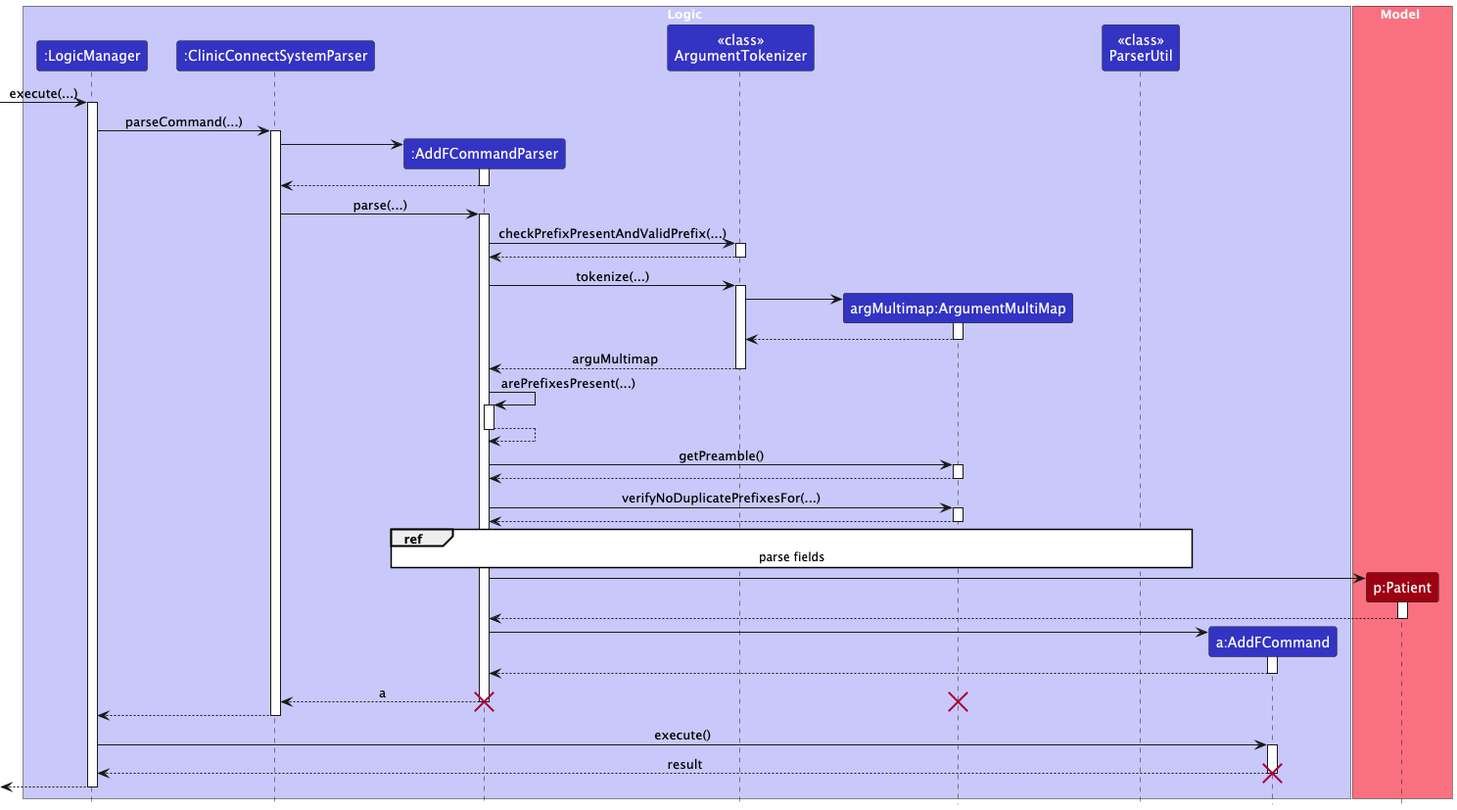
Earlier version of the PlantUML export docs/images/AddFSequenceDiagram.png (nus-cs2103-AY2425S1/tp). Source of this version:
```plantuml
@startuml
!include style.puml
skinparam ArrowFontStyle plain

box Logic LOGIC_COLOR_T1
participant ":LogicManager" as LogicManager LOGIC_COLOR
participant ":ClinicConnectSystemParser" as ClinicConnectSystemParser LOGIC_COLOR
participant ":AddFCommandParser" as AddFCommandParser LOGIC_COLOR
participant "<<class>>\nArgumentTokenizer" as ArgumentTokenizer LOGIC_COLOR
participant "argMultimap:ArgumentMultiMap" as ArgumentMultiMap LOGIC_COLOR
participant "<<class>>\nParserUtil" as ParserUtil LOGIC_COLOR
participant "a:AddFCommand" as AddFCommand LOGIC_COLOR
end box

box Model MODEL_COLOR_T1
participant "p:Patient" as Patient MODEL_COLOR
end box
[-> LogicManager : execute(...)
activate LogicManager

LogicManager -> ClinicConnectSystemParser : parseCommand(...)
activate ClinicConnectSystemParser

create AddFCommandParser
ClinicConnectSystemParser -> AddFCommandParser
activate AddFCommandParser

AddFCommandParser --> ClinicConnectSystemParser
deactivate AddFCommandParser

ClinicConnectSystemParser -> AddFCommandParser : parse(...)
activate AddFCommandParser

AddFCommandParser -> ArgumentTokenizer : checkPrefixPresentAndValidPrefix(...)
activate ArgumentTokenizer

ArgumentTokenizer --> AddFCommandParser
deactivate ArgumentTokenizer

AddFCommandParser -> ArgumentTokenizer : tokenize(...)
activate ArgumentTokenizer

create ArgumentMultiMap
ArgumentTokenizer -> ArgumentMultiMap
activate ArgumentMultiMap

ArgumentMultiMap --> ArgumentTokenizer
deactivate ArgumentMultiMap

ArgumentTokenizer --> AddFCommandParser : arguMultimap
deactivate ArgumentTokenizer

AddFCommandParser -> AddFCommandParser : arePrefixesPresent(...)
activate AddFCommandParser

AddFCommandParser --> AddFCommandParser
deactivate AddFCommandParser

AddFCommandParser -> ArgumentMultiMap : getPreamble()
activate ArgumentMultiMap

ArgumentMultiMap --> AddFCommandParser
deactivate ArgumentMultiMap

AddFCommandParser -> ArgumentMultiMap : verifyNoDuplicatePrefixesFor(...)
activate ArgumentMultiMap

ArgumentMultiMap --> AddFCommandParser
deactivate ArgumentMultiMap

<style>
Reference {
  BackgroundColor White
}
</style>
ref over AddFCommandParser, ParserUtil : parse fields

create Patient
AddFCommandParser -> Patient
activate Patient

Patient --> AddFCommandParser
deactivate Patient

create AddFCommand
AddFCommandParser -> AddFCommand
activate AddFCommand

AddFCommand --> AddFCommandParser
deactivate AddFCommand

AddFCommandParser --> ClinicConnectSystemParser : a
deactivate AddFCommandParser
destroy AddFCommandParser
destroy ArgumentMultiMap

ClinicConnectSystemParser --> LogicManager
deactivate ClinicConnectSystemParser

LogicManager -> AddFCommand : execute()
activate AddFCommand


AddFCommand --> LogicManager : result
deactivate AddFCommand
destroy AddFCommand
[<--LogicManager
deactivate LogicManager
@enduml
```
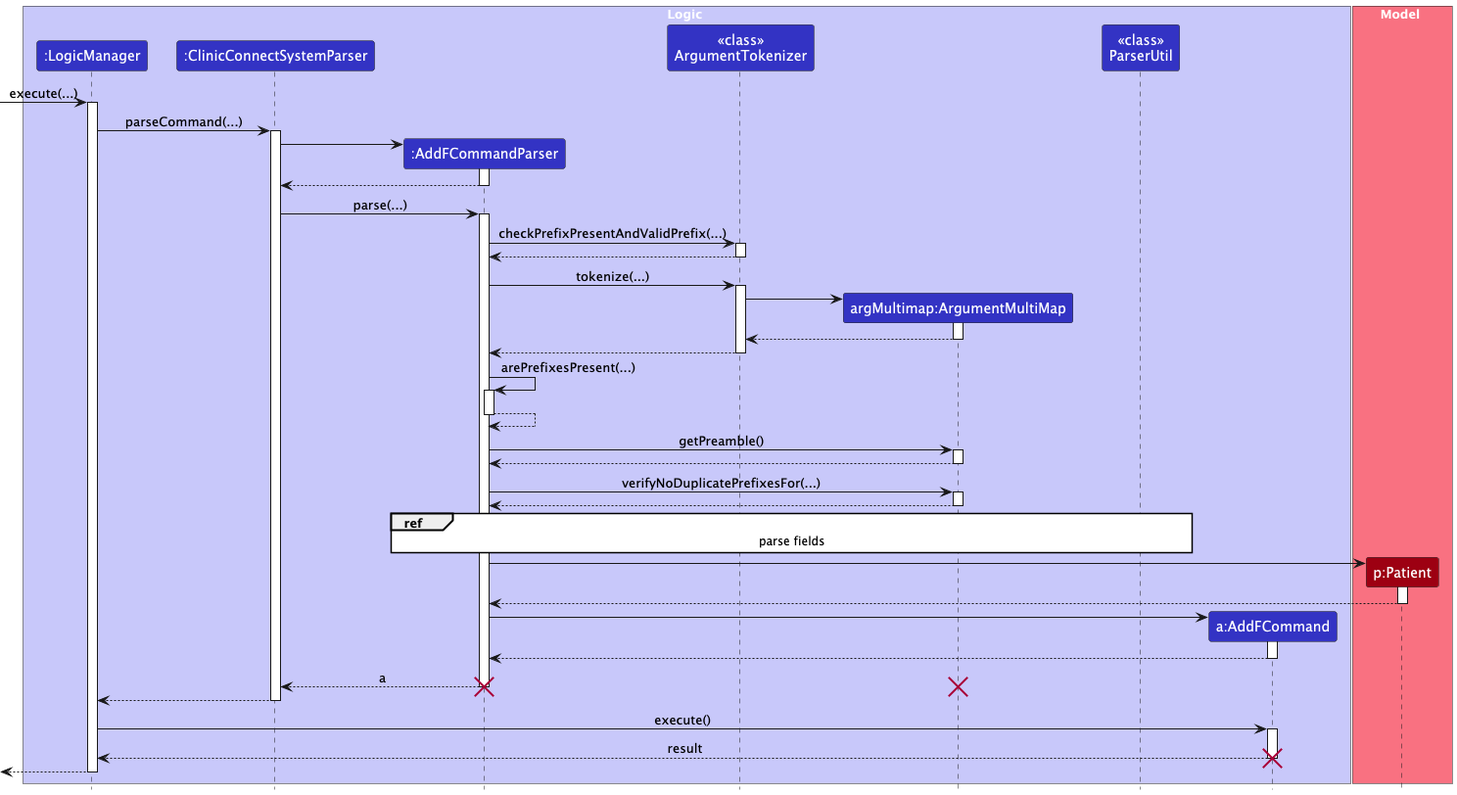
After the commit.

What changed in the source:
```diff
@@ -47,7 +47,7 @@
 ArgumentMultiMap --> ArgumentTokenizer
 deactivate ArgumentMultiMap
 
-ArgumentTokenizer --> AddFCommandParser : arguMultimap
+ArgumentTokenizer --> AddFCommandParser
 deactivate ArgumentTokenizer
 
 AddFCommandParser -> AddFCommandParser : arePrefixesPresent(...)
```
